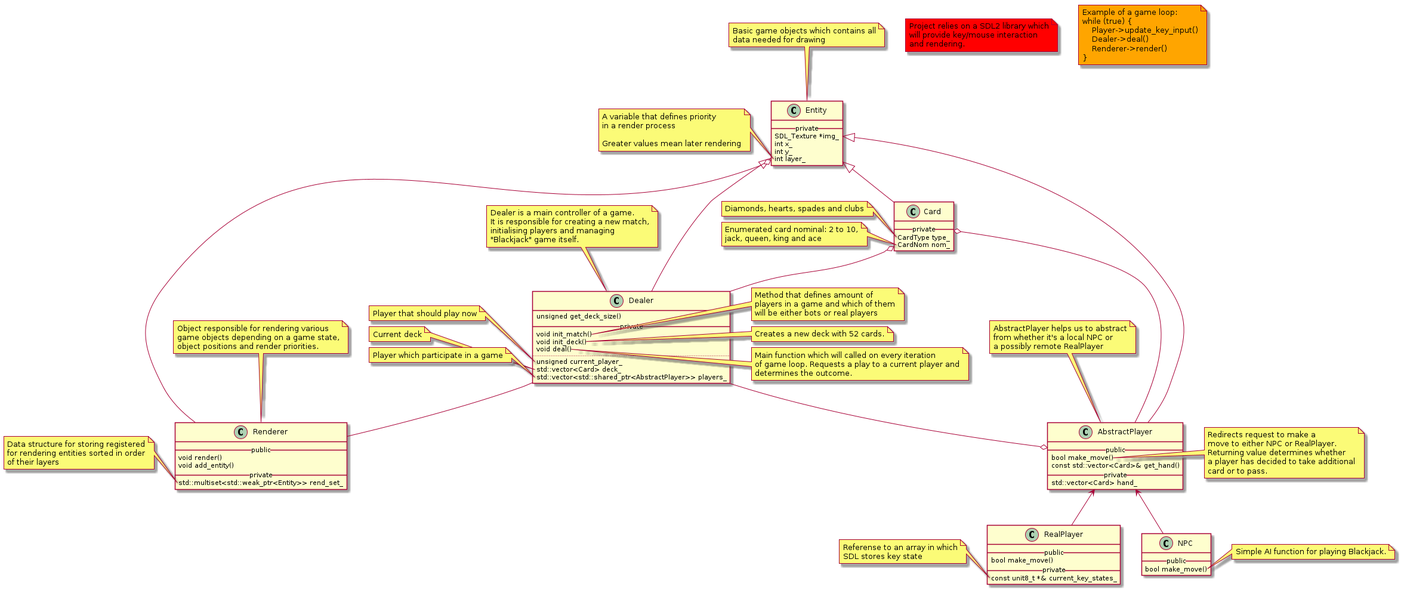
Earlier version of the PlantUML export Architecture.png (CSC-VTrainer/Blackjack). The source it was exported from:
```plantuml
@startuml
class Entity {
	__ private __
	SDL_Texture *img_
	int x_
	int y_
	int layer_
}

class Card extends Entity{
	__ private __
	CardType type_
	CardNom nom_
}

class Dealer extends Entity {
	unsigned get_deck_size()
	__ private __
	void init_match()
	void init_deck()
	void deal()
	..
	unsigned current_player_
	std::vector<Card> deck_
	std::vector<std::shared_ptr<AbstractPlayer>> players_
}

class "AbstractPlayer" as AP extends Entity {
	__ public __
	bool make_move()
	const std::vector<Card>& get_hand()
	__ private __
	std::vector<Card> hand_
}

class NPC {
	__ public __
	bool make_move()
}

class "RealPlayer" as RP {
	__ public __
	bool make_move()
	__ private __
	const unit8_t *& current_key_states_
}

class Renderer {
	__ public __
	void render()
	void add_entity()
	__ private __
	std::multiset<std::weak_ptr<Entity>> rend_set_
}

Entity o-- Renderer
Card o-- AP
Card o-- Dealer

AP <-- RP
AP <-- NPC
RP -right[hidden]- NPC

Dealer --o AP
Dealer -- Renderer


note as N1 #red
	Project relies on a SDL2 library which
	will provide key/mouse interaction
	and rendering.
end note

note as N2 #orange
	Example of a game loop:
	while (true) {
	    Player->update_key_input()
	    Dealer->deal()
	    Renderer->render()
	}
end note

note top of Entity
	Basic game objects which contains all
	data needed for drawing
end note

note left of Entity::layer_
	A variable that defines priority
	in a render process

	Greater values mean later rendering
end note

note left of Card::"CardType type_"
	Diamonds, hearts, spades and clubs
end note

note left of Card::"CardNom nom_"
	Enumerated card nominal: 2 to 10,
	jack, queen, king and ace
end note

note top of Dealer
	Dealer is a main controller of a game.
	It is responsible for creating a new match,
	initialising players and managing
	"Blackjack" game itself.
end note

note right of Dealer::init_match
	Method that defines amount of
	players in a game and which of them
	will be either bots or real players
end note

note right of Dealer::init_deck
	Creates a new deck with 52 cards.
end note

note right of Dealer::"void deal()"
	Main function which will called on every iteration
	of game loop. Requests a play to a current player and
	determines the outcome.
end note
note left of Dealer::current_player_
	Player that should play now
end note

note left of Dealer::"std::vector<Card> deck_"
	Current deck
end note

note left of Dealer::players_
	Player which participate in a game
end note

note top of AP
	AbstractPlayer helps us to abstract
	from whether it's a local NPC or
	a possibly remote RealPlayer
end note

note right of AP::make_move
	Redirects request to make a
	move to either NPC or RealPlayer.
	Returning value determines whether
	a player has decided to take additional
	card or to pass.
end note

note left of RP::current_key_states_
	Referense to an array in which
	SDL stores key state
end note

note top of Renderer
	Object responsible for rendering various
	game objects depending on a game state,
	object positions and render priorities.
end note

note left of Renderer::rend_set_
	Data structure for storing registered
	for rendering entities sorted in order
	of their layers
end note

note right of NPC::make_move
	Simple AI function for playing Blackjack.
end note

@enduml
```
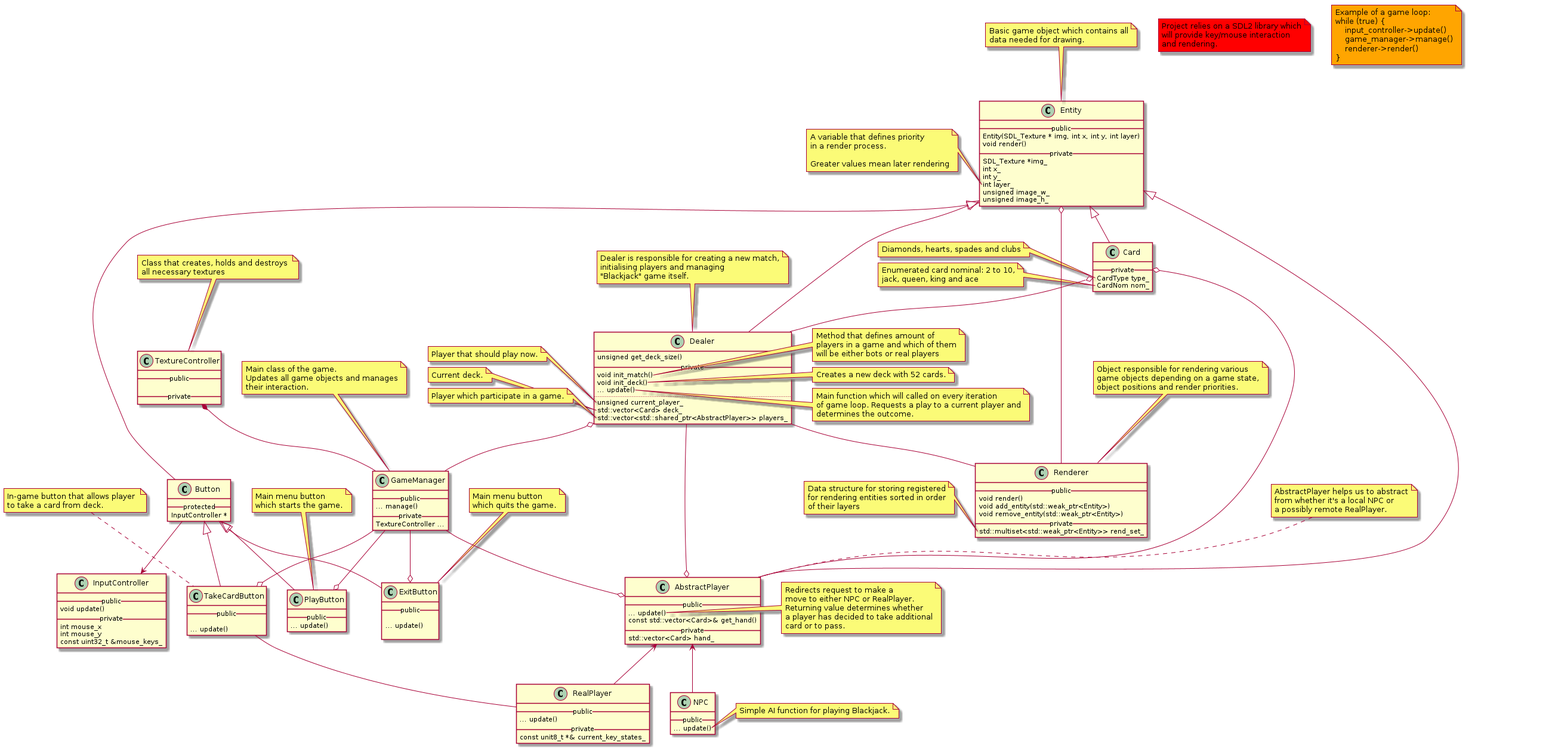
After the change.

Change to the diagram source:
```diff
@@ -1,10 +1,15 @@
 @startuml
 class Entity {
+	__ public __
+	Entity(SDL_Texture * img, int x, int y, int layer)
+	void render()
 	__ private __
 	SDL_Texture *img_
 	int x_
 	int y_
 	int layer_
+	unsigned image_w_
+	unsigned image_h_
 }
 
 class Card extends Entity{
@@ -18,7 +23,7 @@
 	__ private __
 	void init_match()
 	void init_deck()
-	void deal()
+	... update()
 	..
 	unsigned current_player_
 	std::vector<Card> deck_
@@ -27,7 +32,7 @@
 
 class "AbstractPlayer" as AP extends Entity {
 	__ public __
-	bool make_move()
+	... update()
 	const std::vector<Card>& get_hand()
 	__ private __
 	std::vector<Card> hand_
@@ -35,12 +40,12 @@
 
 class NPC {
 	__ public __
-	bool make_move()
+	... update()
 }
 
 class "RealPlayer" as RP {
 	__ public __
-	bool make_move()
+	... update()
 	__ private __
 	const unit8_t *& current_key_states_
 }
@@ -48,9 +53,55 @@
 class Renderer {
 	__ public __
 	void render()
-	void add_entity()
+	void add_entity(std::weak_ptr<Entity>)
+	void remove_entity(std::weak_ptr<Entity>)
 	__ private __
 	std::multiset<std::weak_ptr<Entity>> rend_set_
+}
+
+class InputController {
+	__ public __
+	void update()
+	__ private __
+	int mouse_x
+	int mouse_y
+	const uint32_t &mouse_keys_
+}
+
+class GameManager {
+	__ public __
+	... manage()
+	__ private __
+	TextureController ...
+}
+
+class TextureController {
+	__ public __
+
+	__ private __
+}
+
+class Button extends Entity{
+	__ protected __
+	InputController *
+}
+
+class PlayButton extends Button {
+	__ public __
+	... update()
+}
+
+class ExitButton extends Button {
+	__ public __
+
+	... update()
+
+}
+
+class TakeCardButton extends Button {
+	__ public __
+
+	... update()
 }
 
 Entity o-- Renderer
@@ -64,6 +115,17 @@
 Dealer --o AP
 Dealer -- Renderer
 
+Button --> InputController
+TakeCardButton -- RP
+GameManager -down-* TextureController
+GameManager -down-o Dealer
+GameManager --o PlayButton
+GameManager --o ExitButton
+GameManager --o TakeCardButton
+GameManager --o AP
+
+AP -right[hidden]- Dealer
+
 
 note as N1 #red
 	Project relies on a SDL2 library which
@@ -74,20 +136,46 @@
 note as N2 #orange
 	Example of a game loop:
 	while (true) {
-	    Player->update_key_input()
-	    Dealer->deal()
-	    Renderer->render()
+	    input_controller->update()
+	    game_manager->manage()
+	    renderer->render()
 	}
 end note
 
+note top of TextureController
+	Class that creates, holds and destroys
+	all necessary textures
+end note
+
+note top of GameManager
+	Main class of the game.
+	Updates all game objects and manages
+	their interaction.
+end note
+
+note top of PlayButton
+	Main menu button
+	which starts the game.
+end note
+
+note top of ExitButton
+	Main menu button
+	which quits the game.
+end note
+
+note top of TakeCardButton
+	In-game button that allows player
+	to take a card from deck.
+end note
+
 note top of Entity
-	Basic game objects which contains all
-	data needed for drawing
+	Basic game object which contains all
+	data needed for drawing.
 end note
 
 note left of Entity::layer_
 	A variable that defines priority
-	in a render process
+	in a render process.
 
 	Greater values mean later rendering
 end note
@@ -102,8 +190,7 @@
 end note
 
 note top of Dealer
-	Dealer is a main controller of a game.
-	It is responsible for creating a new match,
+	Dealer is responsible for creating a new match,
 	initialising players and managing
 	"Blackjack" game itself.
 end note
@@ -118,40 +205,35 @@
 	Creates a new deck with 52 cards.
 end note
 
-note right of Dealer::"void deal()"
+note right of Dealer::"... update()"
 	Main function which will called on every iteration
 	of game loop. Requests a play to a current player and
 	determines the outcome.
 end note
 note left of Dealer::current_player_
-	Player that should play now
+	Player that should play now.
 end note
 
 note left of Dealer::"std::vector<Card> deck_"
-	Current deck
+	Current deck.
 end note
 
 note left of Dealer::players_
-	Player which participate in a game
+	Player which participate in a game.
 end note
 
 note top of AP
 	AbstractPlayer helps us to abstract
 	from whether it's a local NPC or
-	a possibly remote RealPlayer
+	a possibly remote RealPlayer.
 end note
 
-note right of AP::make_move
+note right of AP::update
 	Redirects request to make a
 	move to either NPC or RealPlayer.
 	Returning value determines whether
 	a player has decided to take additional
 	card or to pass.
-end note
-
-note left of RP::current_key_states_
-	Referense to an array in which
-	SDL stores key state
 end note
 
 note top of Renderer
@@ -166,7 +248,7 @@
 	of their layers
 end note
 
-note right of NPC::make_move
+note right of NPC::update
 	Simple AI function for playing Blackjack.
 end note
 
```
